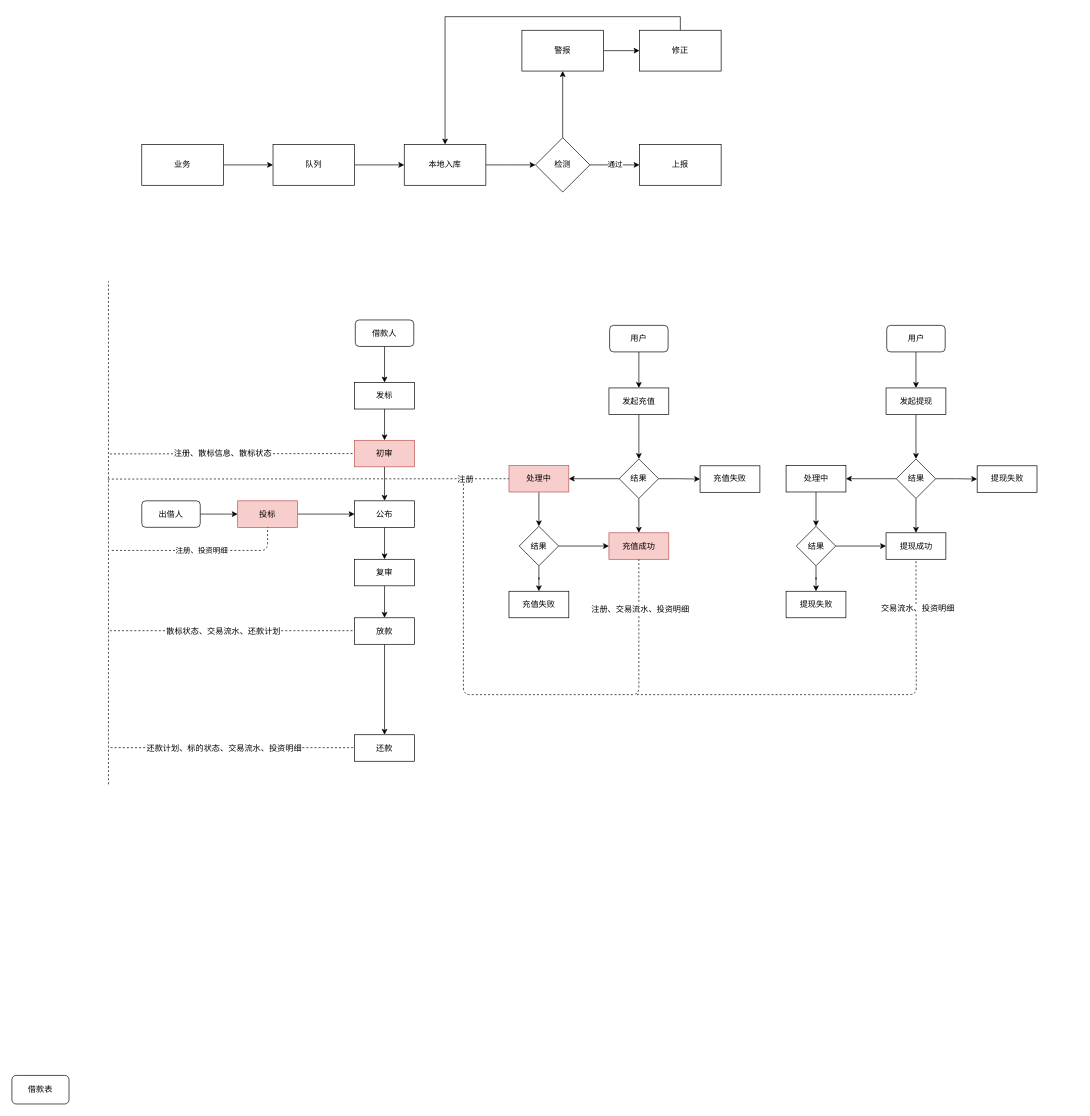
The draw.io diagram 数据上报.drawio in yiuked/diagram, before the edit. Source tidied: cells renumbered, new cells numbered last; positions are measured from the earlier drawing's top-left corner, leaving out a move shared by most shapes. Both pictures are drawn from the tidied source at 68%, with x=0, y=0 at pixel (12, 30).
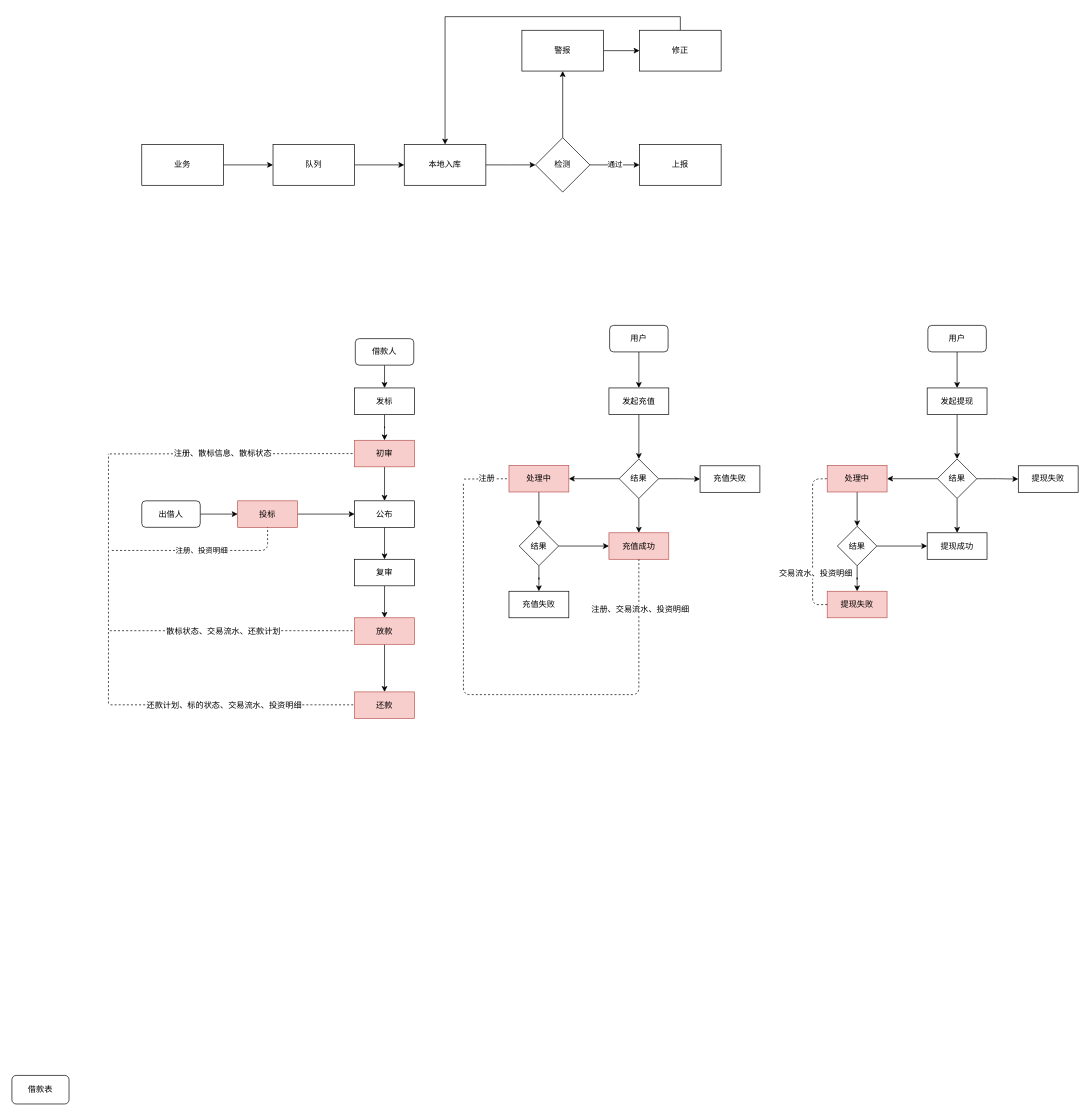
The same diagram, later.

Commit message:
更新数据上报.drawio

The change refers to these unchanged cells:
```xml
<mxCell id="27" value="处理中" style="rounded=0;whiteSpace=wrap;html=1;fillColor=#f8cecc;strokeColor=#b85450;" parent="1" vertex="1">
  <mxGeometry x="731" y="640" width="88" height="39" as="geometry" />
</mxCell>
```

Change to the diagram source:
```diff
@@
     <mxCell id="3" value="借款人" style="rounded=1;whiteSpace=wrap;html=1;" parent="1" vertex="1">
-      <mxGeometry x="505" y="426" width="86" height="39" as="geometry" />
+      <mxGeometry x="505" y="453.5" width="86" height="39" as="geometry" />
     </mxCell>
@@
     <mxCell id="5" value="发标" style="rounded=0;whiteSpace=wrap;html=1;" parent="1" vertex="1">
-      <mxGeometry x="504" y="518" width="88" height="39" as="geometry" />
+      <mxGeometry x="504" y="526" width="88" height="39" as="geometry" />
     </mxCell>
@@
-    <mxCell id="15" value="放款" style="rounded=0;whiteSpace=wrap;html=1;" parent="1" vertex="1">
+    <mxCell id="15" value="放款" style="rounded=0;whiteSpace=wrap;html=1;fillColor=#f8cecc;strokeColor=#b85450;" parent="1" vertex="1">
       <mxGeometry x="504" y="864" width="88" height="39" as="geometry" />
     </mxCell>
-    <mxCell id="16" value="还款" style="rounded=0;whiteSpace=wrap;html=1;" parent="1" vertex="1">
-      <mxGeometry x="504" y="1036" width="88" height="39" as="geometry" />
+    <mxCell id="16" value="还款" style="rounded=0;whiteSpace=wrap;html=1;fillColor=#f8cecc;strokeColor=#b85450;" parent="1" vertex="1">
+      <mxGeometry x="504" y="973" width="88" height="39" as="geometry" />
     </mxCell>
@@
     <mxCell id="34" value="用户" style="rounded=1;whiteSpace=wrap;html=1;" parent="1" vertex="1">
-      <mxGeometry x="1286.5" y="434" width="86" height="39" as="geometry" />
+      <mxGeometry x="1347" y="434" width="86" height="39" as="geometry" />
     </mxCell>
@@
     <mxCell id="36" value="发起提现" style="rounded=0;whiteSpace=wrap;html=1;" parent="1" vertex="1">
-      <mxGeometry x="1285.5" y="526" width="88" height="39" as="geometry" />
+      <mxGeometry x="1346" y="526" width="88" height="39" as="geometry" />
     </mxCell>
@@
     <mxCell id="40" value="结果" style="rhombus;whiteSpace=wrap;html=1;" parent="1" vertex="1">
-      <mxGeometry x="1300.5" y="630.5" width="58" height="58" as="geometry" />
+      <mxGeometry x="1361" y="630.5" width="58" height="58" as="geometry" />
     </mxCell>
     <mxCell id="41" value="提现成功" style="rounded=0;whiteSpace=wrap;html=1;" parent="1" vertex="1">
-      <mxGeometry x="1285.5" y="739" width="88" height="39" as="geometry" />
+      <mxGeometry x="1346" y="739" width="88" height="39" as="geometry" />
     </mxCell>
@@
-    <mxCell id="43" value="处理中" style="rounded=0;whiteSpace=wrap;html=1;" parent="1" vertex="1">
-      <mxGeometry x="1138.5" y="640" width="88" height="39" as="geometry" />
+    <mxCell id="43" value="处理中" style="rounded=0;whiteSpace=wrap;html=1;fillColor=#f8cecc;strokeColor=#b85450;" parent="1" vertex="1">
+      <mxGeometry x="1199" y="640" width="88" height="39" as="geometry" />
     </mxCell>
@@
     <mxCell id="46" value="结果" style="rhombus;whiteSpace=wrap;html=1;" parent="1" vertex="1">
-      <mxGeometry x="1153.5" y="729.5" width="58" height="58" as="geometry" />
+      <mxGeometry x="1214" y="729.5" width="58" height="58" as="geometry" />
     </mxCell>
-    <mxCell id="47" value="提现失败" style="rounded=0;whiteSpace=wrap;html=1;" parent="1" vertex="1">
-      <mxGeometry x="1138.5" y="825" width="88" height="39" as="geometry" />
+    <mxCell id="47" value="提现失败" style="rounded=0;whiteSpace=wrap;html=1;fillColor=#f8cecc;strokeColor=#b85450;" parent="1" vertex="1">
+      <mxGeometry x="1199" y="825" width="88" height="39" as="geometry" />
     </mxCell>
     <mxCell id="48" value="提现失败" style="rounded=0;whiteSpace=wrap;html=1;" parent="1" vertex="1">
-      <mxGeometry x="1419.5" y="640.5" width="88" height="39" as="geometry" />
+      <mxGeometry x="1480" y="640.5" width="88" height="39" as="geometry" />
     </mxCell>
@@
     <mxCell id="51" style="endArrow=none;dashed=1;html=1;" parent="1" edge="1">
       <mxGeometry relative="1" as="geometry">
-        <mxPoint x="142" y="1109" as="sourcePoint" />
-        <mxPoint x="142" y="369" as="targetPoint" />
+        <mxPoint x="142" y="990" as="sourcePoint" />
+        <mxPoint x="142" y="623" as="targetPoint" />
       </mxGeometry>
     </mxCell>
@@
     <mxCell id="57" style="endArrow=none;dashed=1;html=1;entryX=0;entryY=0.5;entryDx=0;entryDy=0;" parent="1" edge="1">
       <mxGeometry relative="1" as="geometry">
-        <mxPoint x="145" y="1055" as="sourcePoint" />
-        <mxPoint x="505" y="1055" as="targetPoint" />
+        <mxPoint x="145" y="992" as="sourcePoint" />
+        <mxPoint x="505" y="992" as="targetPoint" />
       </mxGeometry>
     </mxCell>
@@
     <mxCell id="59" style="endArrow=none;dashed=1;html=1;entryX=0;entryY=0.5;entryDx=0;entryDy=0;" parent="1" edge="1" target="27">
       <mxGeometry relative="1" as="geometry">
-        <mxPoint x="141" y="660" as="sourcePoint" />
+        <mxPoint x="665" y="660" as="sourcePoint" />
       </mxGeometry>
     </mxCell>
     <mxCell id="60" value="注册" style="text;html=1;align=center;verticalAlign=middle;labelBackgroundColor=#ffffff;" parent="59" vertex="1">
-      <mxGeometry x="0.78" y="-1" relative="1" as="geometry" />
+      <mxGeometry x="0.78" y="-1" relative="1" as="geometry">
+        <mxPoint x="-27" y="-1" as="offset" />
+      </mxGeometry>
     </mxCell>
@@
-    <mxCell id="63" style="endArrow=none;dashed=1;html=1;entryX=0.5;entryY=1;entryDx=0;entryDy=0;" parent="1" edge="1" target="41">
+    <mxCell id="63" style="endArrow=none;dashed=1;html=1;entryX=0;entryY=0.5;entryDx=0;entryDy=0;exitX=0;exitY=0.5;exitDx=0;exitDy=0;" parent="1" edge="1" source="47" target="43">
       <mxGeometry relative="1" as="geometry">
-        <mxPoint x="919" y="977" as="sourcePoint" />
         <Array as="points">
-          <mxPoint x="1330" y="977" />
+          <mxPoint x="1177.5" y="845" />
+          <mxPoint x="1177.5" y="660" />
         </Array>
       </mxGeometry>
     </mxCell>
     <mxCell id="64" value="交易流水、投资明细" style="text;html=1;align=center;verticalAlign=middle;labelBackgroundColor=#ffffff;" parent="63" vertex="1">
-      <mxGeometry x="0.76" y="-2" relative="1" as="geometry" />
+      <mxGeometry x="0.76" y="-2" relative="1" as="geometry">
+        <mxPoint x="1.5" y="132.5" as="offset" />
+      </mxGeometry>
     </mxCell>
```
